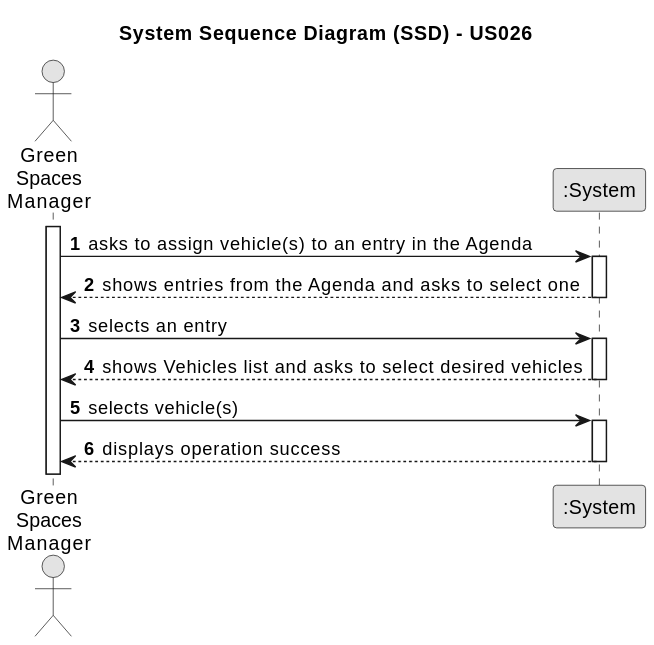
Earlier version of the PlantUML export docs/sprintC/us026/01.requirements-engineering/svg/us026-system-sequence-diagram.svg (Departamento-de-Engenharia-Informatica/lei-24-s2-1dm-g132).
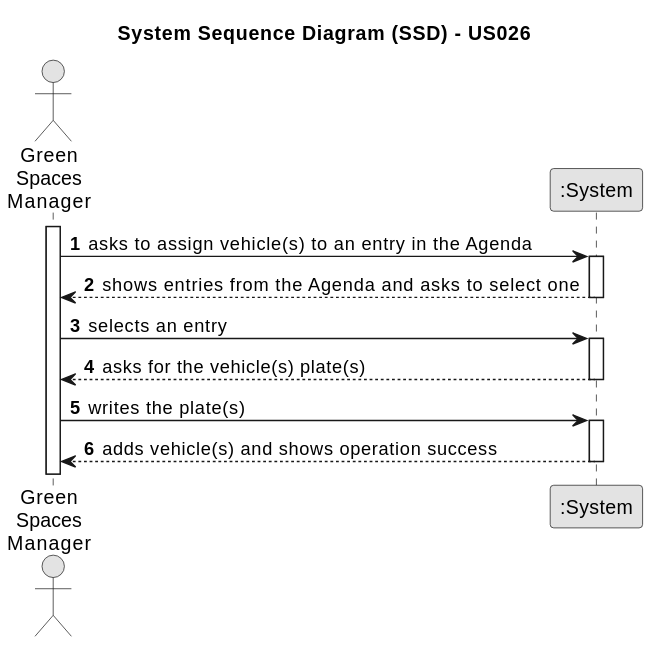
The same diagram one commit later.

Change to the diagram source:
```diff
@@ -20,12 +20,12 @@
     GSM -> System : selects an entry
     activate System
 
-        System --> GSM : shows Vehicles list and asks to select desired vehicles
+        System --> GSM : asks for the vehicle(s) plate(s)
     deactivate System
 
-    GSM -> System : selects vehicle(s)
+    GSM -> System : writes the plate(s)
     activate System
+System --> GSM : adds vehicle(s) and shows operation success
+    deactivate System
 
-        System --> GSM : displays operation success
-    deactivate System
 @enduml
```
